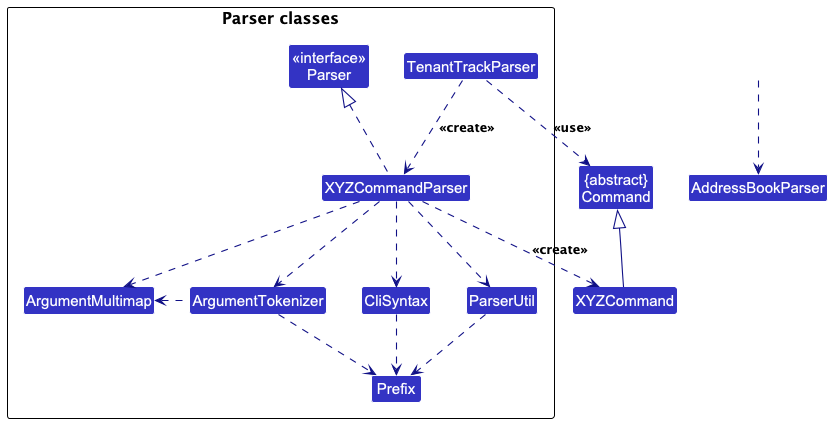
Above: docs/images/ParserClasses.png in namitdeb739/tp (PlantUML), before the change.
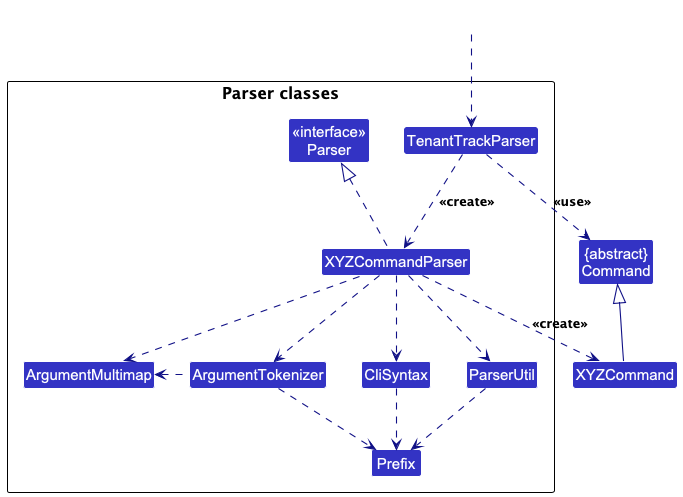
After the commit.

Commit message:
Fix Bug in DG whereby some diagrams are not updated

What changed in the source:
```diff
@@ -19,7 +19,7 @@
 }
 
 Class HiddenOutside #FFFFFF
-HiddenOutside ..> AddressBookParser
+HiddenOutside ..> TenantTrackParser
 
 TenantTrackParser .down.> XYZCommandParser: <<create>>
 
```
